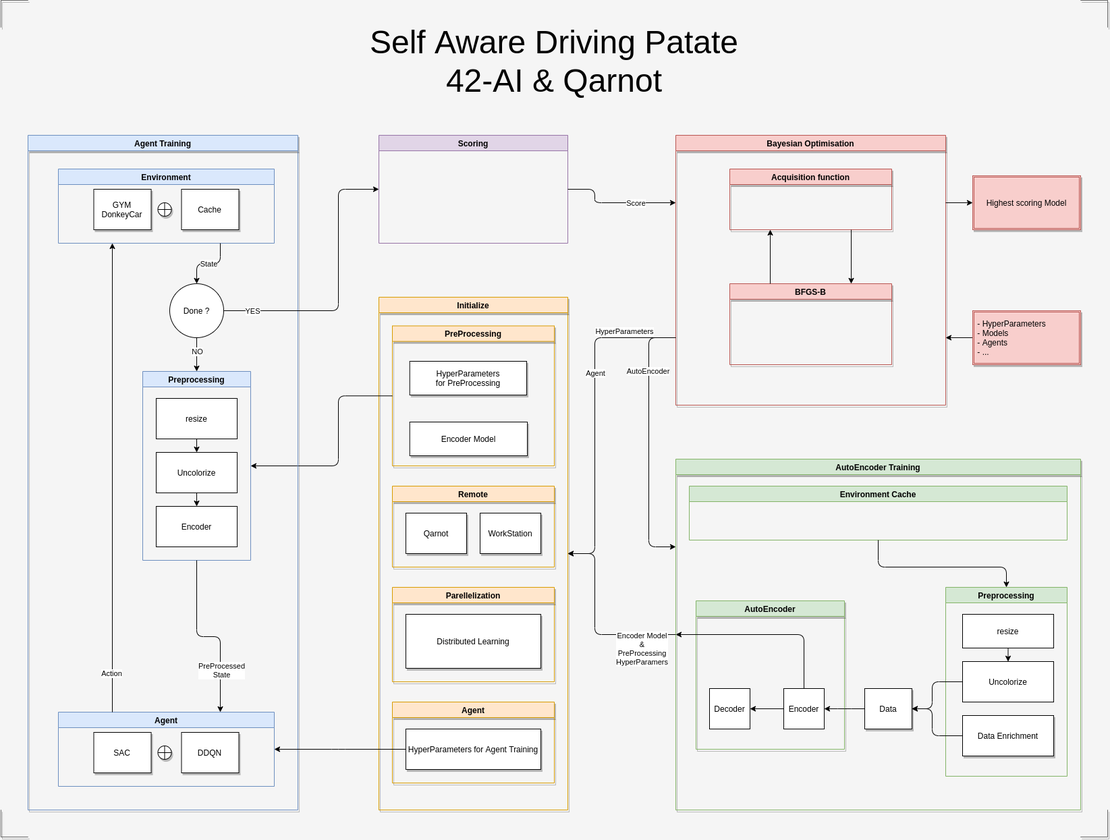
This is Documentation/Overview.png from JBarmentlo/Self-Aware-Driving-Patate, a draw.io export, as it was before one commit. Source tidied: cells renumbered, new cells last; positions are measured from the earlier drawing's top-left corner, leaving out a move shared by most shapes.
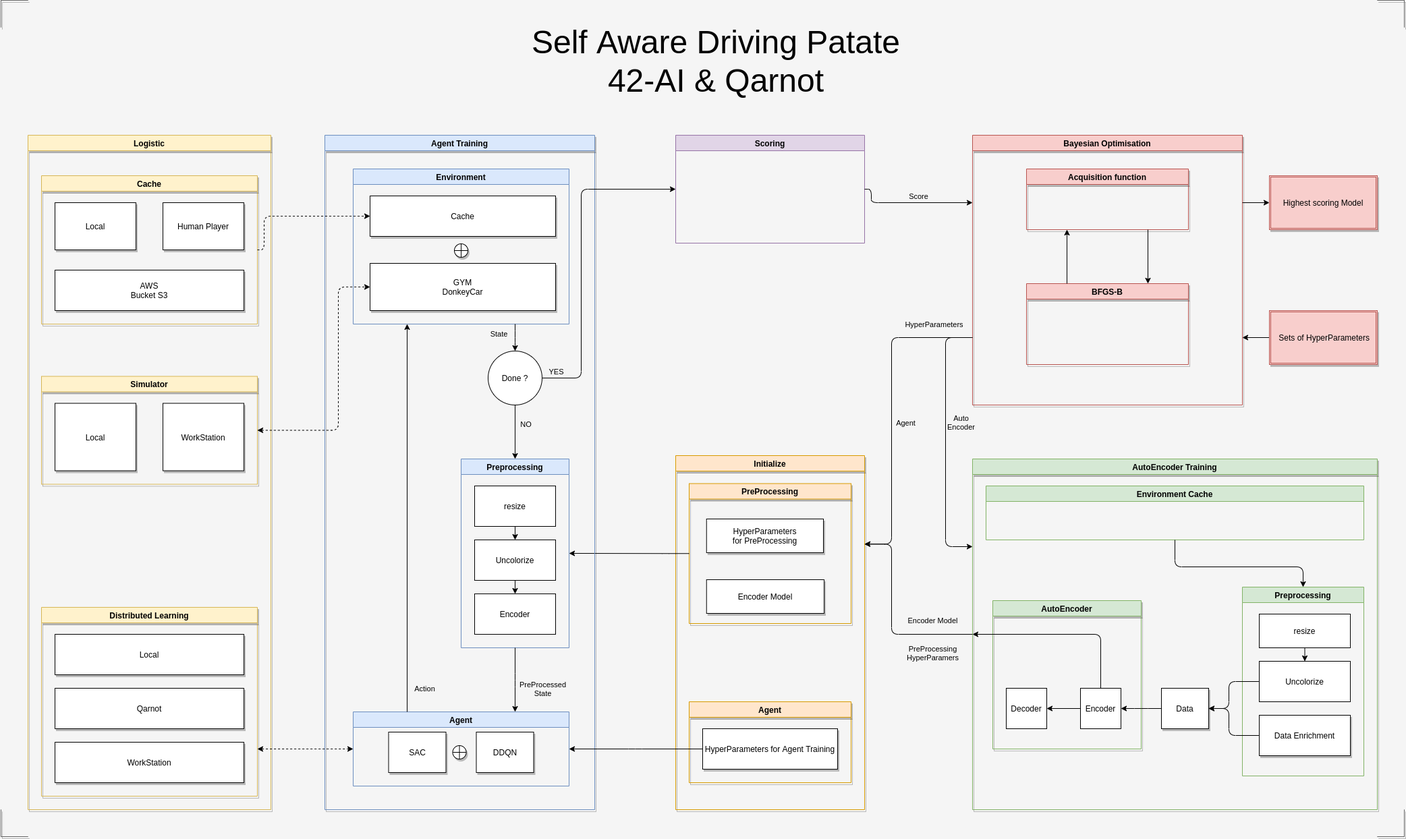
The same diagram one commit later.

Commit message:
SAC: is able tu run, but implementation is incomplete. TODO: Clean types & shapes, policy probability, Soft Update, recheck formulas, load model, code cleaning and commenting

Diff of the diagram source:
```diff
@@ -8,6 +8,6 @@
     <mxCell id="3" value="Initialize" style="swimlane;shadow=1;fillColor=#ffe6cc;strokeColor=#d79b00;" parent="1" vertex="1">
-      <mxGeometry x="560" y="440" width="280" height="760" as="geometry" />
+      <mxGeometry x="560" y="675" width="280" height="525" as="geometry" />
     </mxCell>
     <mxCell id="4" value="Agent" style="swimlane;shadow=1;fillColor=#ffe6cc;strokeColor=#d79b00;" parent="3" vertex="1">
-      <mxGeometry x="20" y="600" width="240" height="120" as="geometry" />
+      <mxGeometry x="20" y="365" width="240" height="120" as="geometry" />
     </mxCell>
@@ -17,3 +17,3 @@
     <mxCell id="6" value="PreProcessing" style="swimlane;shadow=1;fillColor=#ffe6cc;strokeColor=#d79b00;" parent="3" vertex="1">
-      <mxGeometry x="20" y="42.5" width="240" height="207.5" as="geometry" />
+      <mxGeometry x="20" y="41.5" width="240" height="207.5" as="geometry" />
     </mxCell>
@@ -25,17 +25,2 @@
     </mxCell>
-    <mxCell id="9" value="Remote" style="swimlane;shadow=1;fillColor=#ffe6cc;strokeColor=#d79b00;" parent="3" vertex="1">
-      <mxGeometry x="20" y="280" width="240" height="120" as="geometry" />
-    </mxCell>
-    <mxCell id="10" value="&lt;span&gt;Qarnot&lt;/span&gt;" style="whiteSpace=wrap;html=1;shadow=1;" parent="9" vertex="1">
-      <mxGeometry x="20" y="40" width="90" height="60" as="geometry" />
-    </mxCell>
-    <mxCell id="11" value="&lt;span&gt;WorkStation&lt;/span&gt;" style="whiteSpace=wrap;html=1;shadow=1;" parent="9" vertex="1">
-      <mxGeometry x="130" y="40" width="90" height="60" as="geometry" />
-    </mxCell>
-    <mxCell id="12" value="Parellelization" style="swimlane;shadow=1;fillColor=#ffe6cc;strokeColor=#d79b00;" parent="3" vertex="1">
-      <mxGeometry x="20" y="430" width="240" height="140" as="geometry" />
-    </mxCell>
-    <mxCell id="13" value="&lt;span&gt;Distributed Learning&lt;/span&gt;" style="whiteSpace=wrap;html=1;shadow=1;" parent="12" vertex="1">
-      <mxGeometry x="20" y="40" width="200" height="80" as="geometry" />
-    </mxCell>
     <mxCell id="14" style="edgeStyle=elbowEdgeStyle;elbow=horizontal;endArrow=classic;html=1;exitX=0;exitY=0.5;exitDx=0;exitDy=0;entryX=1;entryY=0.5;entryDx=0;entryDy=0;" parent="1" edge="1" source="6" target="34">
@@ -43,3 +28,3 @@
         <Array as="points">
-          <mxPoint x="500" y="670" />
+          <mxPoint x="550" y="700" />
         </Array>
@@ -62,3 +47,3 @@
     </mxCell>
-    <mxCell id="20" style="edgeStyle=elbowEdgeStyle;elbow=horizontal;endArrow=classic;html=1;entryX=1;entryY=0.5;entryDx=0;entryDy=0;exitX=0;exitY=0.75;exitDx=0;exitDy=0;" parent="1" edge="1" source="15" target="3">
+    <mxCell id="20" style="edgeStyle=elbowEdgeStyle;elbow=horizontal;endArrow=classic;html=1;exitX=0;exitY=0.75;exitDx=0;exitDy=0;entryX=1;entryY=0.25;entryDx=0;entryDy=0;" parent="1" edge="1" source="15" target="3">
       <mxGeometry relative="1" as="geometry">
@@ -69,10 +54,10 @@
     </mxCell>
-    <mxCell id="21" value="HyperParameters" style="edgeLabel;html=1;align=center;verticalAlign=middle;" parent="20" vertex="1">
+    <mxCell id="21" value="HyperParameters" style="edgeLabel;html=1;align=center;verticalAlign=middle;labelBackgroundColor=none;" parent="20" vertex="1">
       <mxGeometry x="-0.71" relative="1" as="geometry">
-        <mxPoint x="-7" y="-10" as="offset" />
+        <mxPoint x="10" y="-20" as="offset" />
       </mxGeometry>
     </mxCell>
-    <mxCell id="22" value="Agent" style="edgeLabel;html=1;align=center;verticalAlign=middle;" parent="20" vertex="1">
+    <mxCell id="22" value="Agent" style="edgeLabel;html=1;align=center;verticalAlign=middle;labelBackgroundColor=none;" parent="20" vertex="1">
       <mxGeometry x="-0.45" y="-3" relative="1" as="geometry">
-        <mxPoint x="3" y="41" as="offset" />
+        <mxPoint x="23" y="118" as="offset" />
       </mxGeometry>
@@ -82,2 +67,3 @@
         <Array as="points">
+          <mxPoint x="850" y="290" />
           <mxPoint x="880" y="310" />
@@ -87,5 +73,5 @@
     </mxCell>
-    <mxCell id="24" value="Score" style="edgeLabel;html=1;align=center;verticalAlign=middle;" parent="23" vertex="1">
+    <mxCell id="24" value="Score" style="edgeLabel;html=1;align=center;verticalAlign=middle;labelBackgroundColor=none;" parent="23" vertex="1">
       <mxGeometry x="0.67" y="2" relative="1" as="geometry">
-        <mxPoint x="-30" y="2" as="offset" />
+        <mxPoint x="-51" y="-8" as="offset" />
       </mxGeometry>
@@ -101,3 +87,3 @@
     </mxCell>
-    <mxCell id="28" value="&lt;span&gt;&amp;nbsp;- HyperParameters&lt;/span&gt;&lt;br&gt;&lt;span&gt;&amp;nbsp;-&amp;nbsp;Models&lt;/span&gt;&lt;br&gt;&lt;span&gt;&amp;nbsp;-&amp;nbsp;Agents&lt;/span&gt;&lt;br&gt;&lt;span&gt;&amp;nbsp;- ...&lt;/span&gt;" style="shape=ext;double=1;whiteSpace=wrap;html=1;shadow=1;align=left;fillColor=#f8cecc;strokeColor=#b85450;" parent="1" vertex="1">
+    <mxCell id="28" value="&lt;div&gt;&lt;span&gt;&amp;nbsp;Sets of HyperParameters&lt;/span&gt;&lt;/div&gt;" style="shape=ext;double=1;whiteSpace=wrap;html=1;shadow=1;align=center;fillColor=#f8cecc;strokeColor=#b85450;" parent="1" vertex="1">
       <mxGeometry x="1440" y="460" width="160" height="80" as="geometry" />
@@ -108,15 +94,15 @@
     <mxCell id="30" value="Environment" style="swimlane;fillColor=#dae8fc;strokeColor=#6c8ebf;" parent="29" vertex="1">
-      <mxGeometry x="45" y="50" width="320" height="110" as="geometry" />
+      <mxGeometry x="42" y="50" width="320" height="230" as="geometry" />
     </mxCell>
     <mxCell id="31" value="Cache" style="whiteSpace=wrap;html=1;shadow=1;" parent="30" vertex="1">
-      <mxGeometry x="182.5" y="30" width="85" height="60" as="geometry" />
+      <mxGeometry x="25" y="40" width="275" height="60" as="geometry" />
     </mxCell>
     <mxCell id="32" value="GYM&lt;br&gt;DonkeyCar" style="whiteSpace=wrap;html=1;shadow=1;" parent="30" vertex="1">
-      <mxGeometry x="52.5" y="30" width="85" height="60" as="geometry" />
+      <mxGeometry x="25" y="140" width="275" height="70" as="geometry" />
     </mxCell>
     <mxCell id="33" style="shape=orEllipse;perimeter=ellipsePerimeter;whiteSpace=wrap;html=1;backgroundOutline=1;shadow=1;" parent="30" vertex="1">
-      <mxGeometry x="147.5" y="50" width="20" height="20" as="geometry" />
+      <mxGeometry x="150" y="111" width="20" height="20" as="geometry" />
     </mxCell>
     <mxCell id="34" value="Preprocessing" style="swimlane;fillColor=#dae8fc;strokeColor=#6c8ebf;" parent="29" vertex="1">
-      <mxGeometry x="170" y="350" width="160" height="280" as="geometry" />
+      <mxGeometry x="202" y="480" width="160" height="280" as="geometry" />
     </mxCell>
@@ -138,3 +124,3 @@
     <mxCell id="40" value="Done ?" style="ellipse;whiteSpace=wrap;html=1;" parent="29" vertex="1">
-      <mxGeometry x="210" y="220" width="80" height="80" as="geometry" />
+      <mxGeometry x="242" y="320" width="80" height="80" as="geometry" />
     </mxCell>
@@ -143,5 +129,5 @@
     </mxCell>
-    <mxCell id="42" value="NO" style="edgeLabel;html=1;align=center;verticalAlign=middle;" parent="41" vertex="1">
+    <mxCell id="42" value="NO" style="edgeLabel;html=1;align=center;verticalAlign=middle;labelBackgroundColor=none;" parent="41" vertex="1">
       <mxGeometry x="-0.44" y="1" relative="1" as="geometry">
-        <mxPoint x="-1" y="6" as="offset" />
+        <mxPoint x="14" y="6" as="offset" />
       </mxGeometry>
@@ -151,5 +137,5 @@
     </mxCell>
-    <mxCell id="44" value="State" style="edgeLabel;html=1;align=center;verticalAlign=middle;" parent="43" vertex="1">
+    <mxCell id="44" value="State" style="edgeLabel;html=1;align=center;verticalAlign=middle;labelBackgroundColor=none;" parent="43" vertex="1">
       <mxGeometry x="-0.2" y="2" relative="1" as="geometry">
-        <mxPoint x="-10" y="-2" as="offset" />
+        <mxPoint x="-27" y="-2" as="offset" />
       </mxGeometry>
@@ -157,3 +143,3 @@
     <mxCell id="45" value="Agent" style="swimlane;fillColor=#dae8fc;strokeColor=#6c8ebf;" parent="29" vertex="1">
-      <mxGeometry x="45" y="855" width="320" height="110" as="geometry" />
+      <mxGeometry x="42" y="855" width="320" height="110" as="geometry" />
     </mxCell>
@@ -171,4 +157,6 @@
     </mxCell>
-    <mxCell id="50" value="Action" style="edgeLabel;html=1;align=center;verticalAlign=middle;" parent="49" vertex="1">
-      <mxGeometry x="-0.84" y="2" relative="1" as="geometry" />
+    <mxCell id="50" value="Action" style="edgeLabel;html=1;align=center;verticalAlign=middle;labelBackgroundColor=none;" parent="49" vertex="1">
+      <mxGeometry x="-0.84" y="2" relative="1" as="geometry">
+        <mxPoint x="27" y="12" as="offset" />
+      </mxGeometry>
     </mxCell>
@@ -177,4 +165,6 @@
     </mxCell>
-    <mxCell id="52" value="PreProcessed&lt;br&gt;State" style="edgeLabel;html=1;align=center;verticalAlign=middle;" parent="51" vertex="1">
-      <mxGeometry x="0.52" y="1" relative="1" as="geometry" />
+    <mxCell id="52" value="PreProcessed&lt;br&gt;State" style="edgeLabel;html=1;align=center;verticalAlign=middle;labelBackgroundColor=none;" parent="51" vertex="1">
+      <mxGeometry x="0.52" y="1" relative="1" as="geometry">
+        <mxPoint x="39" y="-12" as="offset" />
+      </mxGeometry>
     </mxCell>
@@ -260,8 +250,8 @@
     </mxCell>
-    <mxCell id="71" value="AutoEncoder" style="edgeLabel;html=1;align=center;verticalAlign=middle;" parent="70" vertex="1">
+    <mxCell id="71" value="Auto&lt;br&gt;Encoder" style="edgeLabel;html=1;align=center;verticalAlign=middle;labelBackgroundColor=none;" parent="70" vertex="1">
       <mxGeometry x="-0.64" y="-2" relative="1" as="geometry">
-        <mxPoint y="19" as="offset" />
+        <mxPoint x="24" y="95" as="offset" />
       </mxGeometry>
     </mxCell>
-    <mxCell id="72" style="edgeStyle=elbowEdgeStyle;elbow=horizontal;endArrow=classic;html=1;exitX=0;exitY=0.5;exitDx=0;exitDy=0;entryX=1;entryY=0.5;entryDx=0;entryDy=0;" parent="1" edge="1" source="53" target="3">
+    <mxCell id="72" style="edgeStyle=elbowEdgeStyle;elbow=horizontal;endArrow=classic;html=1;exitX=0;exitY=0.5;exitDx=0;exitDy=0;entryX=1;entryY=0.25;entryDx=0;entryDy=0;" parent="1" edge="1" source="53" target="3">
       <mxGeometry relative="1" as="geometry">
@@ -272,5 +262,5 @@
     </mxCell>
-    <mxCell id="73" value="Encoder Model&lt;br&gt;&amp;amp;&lt;br&gt;PreProcessing&lt;br&gt;HyperParamers" style="edgeLabel;html=1;align=center;verticalAlign=middle;" parent="72" vertex="1">
+    <mxCell id="73" value="PreProcessing&lt;br&gt;HyperParamers" style="edgeLabel;html=1;align=center;verticalAlign=middle;labelBackgroundColor=none;" parent="72" vertex="1">
       <mxGeometry x="-0.36" y="-3" relative="1" as="geometry">
-        <mxPoint x="40" y="23" as="offset" />
+        <mxPoint x="34" y="30" as="offset" />
       </mxGeometry>
@@ -288,2 +278,3 @@
         <Array as="points">
+          <mxPoint x="420" y="420" />
           <mxPoint x="500" y="390" />
@@ -292,5 +283,5 @@
     </mxCell>
-    <mxCell id="76" value="YES" style="edgeLabel;html=1;align=center;verticalAlign=middle;" parent="75" vertex="1">
+    <mxCell id="76" value="YES" style="edgeLabel;html=1;align=center;verticalAlign=middle;labelBackgroundColor=none;" parent="75" vertex="1">
       <mxGeometry x="-0.9" y="2" relative="1" as="geometry">
-        <mxPoint x="22" y="2" as="offset" />
+        <mxPoint x="-4" y="-8" as="offset" />
       </mxGeometry>
@@ -298,6 +289,6 @@
     <mxCell id="77" value="&lt;font style=&quot;font-size: 48px&quot;&gt;Self Aware Driving Patate&lt;br&gt;42-AI &amp;amp; Qarnot&lt;/font&gt;" style="text;html=1;strokeColor=none;fillColor=none;align=center;verticalAlign=middle;whiteSpace=wrap;rounded=0;shadow=1;" parent="1" vertex="1">
-      <mxGeometry x="40" y="40" width="1560" height="100" as="geometry" />
+      <mxGeometry x="-360" y="40" width="1960" height="100" as="geometry" />
     </mxCell>
     <mxCell id="78" style="shape=corner;whiteSpace=wrap;html=1;shadow=1;fillColor=#f5f5f5;strokeColor=#666666;fontColor=#333333;dx=0;dy=0;" parent="1" vertex="1">
-      <mxGeometry width="40" height="40" as="geometry" />
+      <mxGeometry x="-440" width="40" height="40" as="geometry" />
     </mxCell>
@@ -307,3 +298,3 @@
     <mxCell id="80" style="shape=corner;whiteSpace=wrap;html=1;shadow=1;fillColor=#f5f5f5;strokeColor=#666666;fontColor=#333333;dx=0;dy=0;rotation=-90;" parent="1" vertex="1">
-      <mxGeometry y="1200" width="40" height="40" as="geometry" />
+      <mxGeometry x="-440" y="1200" width="40" height="40" as="geometry" />
     </mxCell>
@@ -312,2 +303,59 @@
     </mxCell>
+    <mxCell id="82" value="Encoder Model&lt;br&gt;" style="edgeLabel;html=1;align=center;verticalAlign=middle;labelBackgroundColor=none;" parent="1" vertex="1">
+      <mxGeometry x="940" y="920" as="geometry" />
+    </mxCell>
+    <mxCell id="83" value="Cache" style="swimlane;shadow=1;labelBackgroundColor=none;fillColor=#fff2cc;strokeColor=#d6b656;" parent="1" vertex="1">
+      <mxGeometry x="-380" y="260" width="320" height="220" as="geometry" />
+    </mxCell>
+    <mxCell id="84" value="&lt;span&gt;Local&lt;/span&gt;" style="whiteSpace=wrap;html=1;shadow=1;" parent="83" vertex="1">
+      <mxGeometry x="20" y="40" width="120" height="70" as="geometry" />
+    </mxCell>
+    <mxCell id="85" value="&lt;span&gt;AWS&lt;br&gt;Bucket S3&lt;br&gt;&lt;/span&gt;" style="whiteSpace=wrap;html=1;shadow=1;" parent="83" vertex="1">
+      <mxGeometry x="20" y="140" width="280" height="60" as="geometry" />
+    </mxCell>
+    <mxCell id="86" value="&lt;span&gt;Human Player&lt;/span&gt;" style="whiteSpace=wrap;html=1;shadow=1;" parent="83" vertex="1">
+      <mxGeometry x="180" y="40" width="120" height="70" as="geometry" />
+    </mxCell>
+    <mxCell id="87" value="Distributed Learning" style="swimlane;shadow=1;labelBackgroundColor=none;fillColor=#fff2cc;strokeColor=#d6b656;" parent="1" vertex="1">
+      <mxGeometry x="-380" y="900" width="320" height="280" as="geometry" />
+    </mxCell>
+    <mxCell id="13" value="&lt;span&gt;Local&lt;/span&gt;" style="whiteSpace=wrap;html=1;shadow=1;" parent="87" vertex="1">
+      <mxGeometry x="20" y="40" width="280" height="60" as="geometry" />
+    </mxCell>
+    <mxCell id="10" value="&lt;span&gt;Qarnot&lt;/span&gt;" style="whiteSpace=wrap;html=1;shadow=1;" parent="87" vertex="1">
+      <mxGeometry x="20" y="120" width="280" height="60" as="geometry" />
+    </mxCell>
+    <mxCell id="11" value="&lt;span&gt;WorkStation&lt;/span&gt;" style="whiteSpace=wrap;html=1;shadow=1;" parent="87" vertex="1">
+      <mxGeometry x="20" y="200" width="280" height="60" as="geometry" />
+    </mxCell>
+    <mxCell id="88" value="Logistic" style="swimlane;shadow=1;labelBackgroundColor=none;fillColor=#fff2cc;strokeColor=#d6b656;" parent="1" vertex="1">
+      <mxGeometry x="-400" y="200" width="360" height="1000" as="geometry" />
+    </mxCell>
+    <mxCell id="89" value="Simulator" style="swimlane;shadow=1;labelBackgroundColor=none;fillColor=#fff2cc;strokeColor=#d6b656;" parent="88" vertex="1">
+      <mxGeometry x="20" y="357.5" width="320" height="160" as="geometry" />
+    </mxCell>
+    <mxCell id="90" value="&lt;span&gt;Local&lt;/span&gt;" style="whiteSpace=wrap;html=1;shadow=1;" parent="89" vertex="1">
+      <mxGeometry x="20" y="40" width="120" height="100" as="geometry" />
+    </mxCell>
+    <mxCell id="91" value="&lt;span&gt;WorkStation&lt;/span&gt;" style="whiteSpace=wrap;html=1;shadow=1;" parent="89" vertex="1">
+      <mxGeometry x="180" y="40" width="120" height="100" as="geometry" />
+    </mxCell>
+    <mxCell id="92" style="endArrow=classic;startArrow=classic;html=1;dashed=1;exitX=0;exitY=0.5;exitDx=0;exitDy=0;entryX=1;entryY=0.75;entryDx=0;entryDy=0;" parent="1" edge="1" source="45" target="87">
+      <mxGeometry relative="1" as="geometry" />
+    </mxCell>
+    <mxCell id="93" style="edgeStyle=elbowEdgeStyle;elbow=horizontal;endArrow=classic;html=1;dashed=1;startArrow=classic;startFill=1;exitX=1;exitY=0.5;exitDx=0;exitDy=0;entryX=0;entryY=0.5;entryDx=0;entryDy=0;" parent="1" edge="1" source="89" target="32">
+      <mxGeometry relative="1" as="geometry">
+        <Array as="points">
+          <mxPoint x="60" y="530" />
+        </Array>
+      </mxGeometry>
+    </mxCell>
+    <mxCell id="94" style="edgeStyle=elbowEdgeStyle;elbow=horizontal;endArrow=classic;html=1;dashed=1;exitX=1;exitY=0.5;exitDx=0;exitDy=0;entryX=0;entryY=0.5;entryDx=0;entryDy=0;" parent="1" edge="1" source="83" target="31">
+      <mxGeometry relative="1" as="geometry">
+        <Array as="points">
+          <mxPoint x="-50" y="340" />
+          <mxPoint y="340" />
+        </Array>
+      </mxGeometry>
+    </mxCell>
   </root>
```
